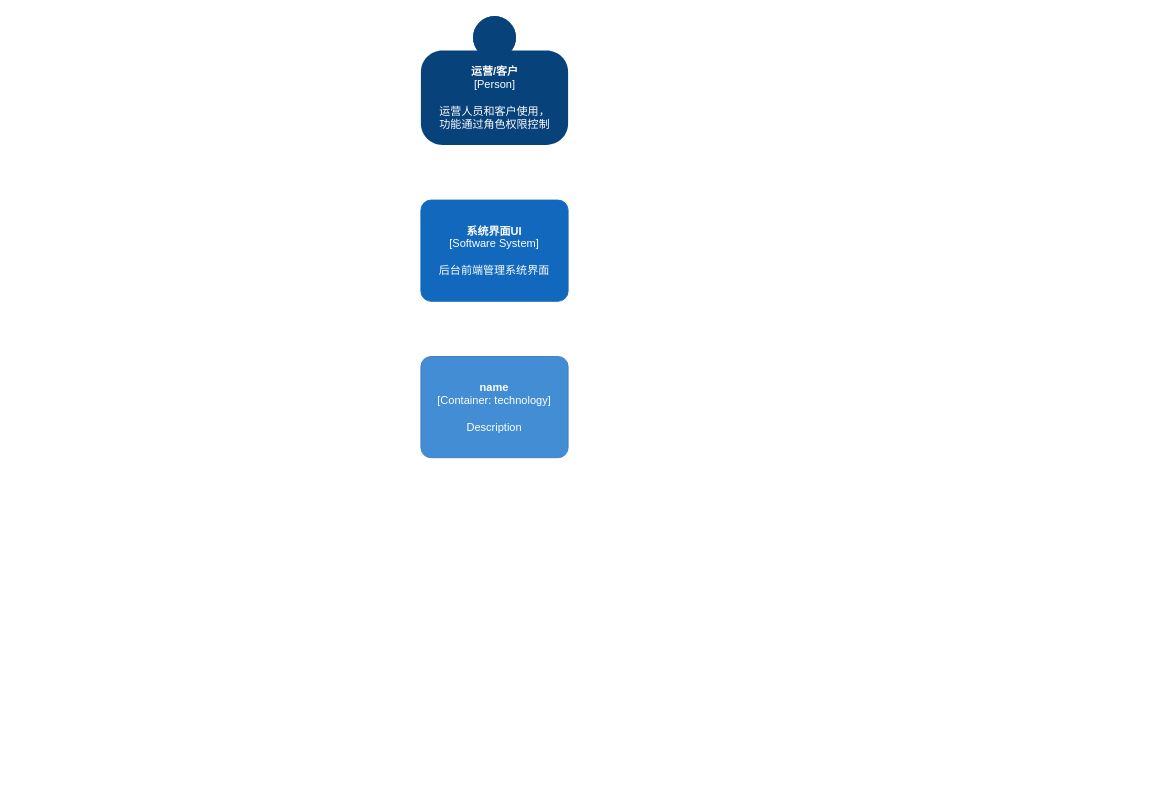
Before: Untitled Diagram.drawio in foutouren/glsx-drawio, a draw.io diagram. Source tidied: cells renumbered, new cells numbered last; positions are measured from the earlier drawing's top-left corner, leaving out a move shared by most shapes. Both pictures are drawn from the tidied source at 92%, with x=0, y=0 at pixel (420, 16).
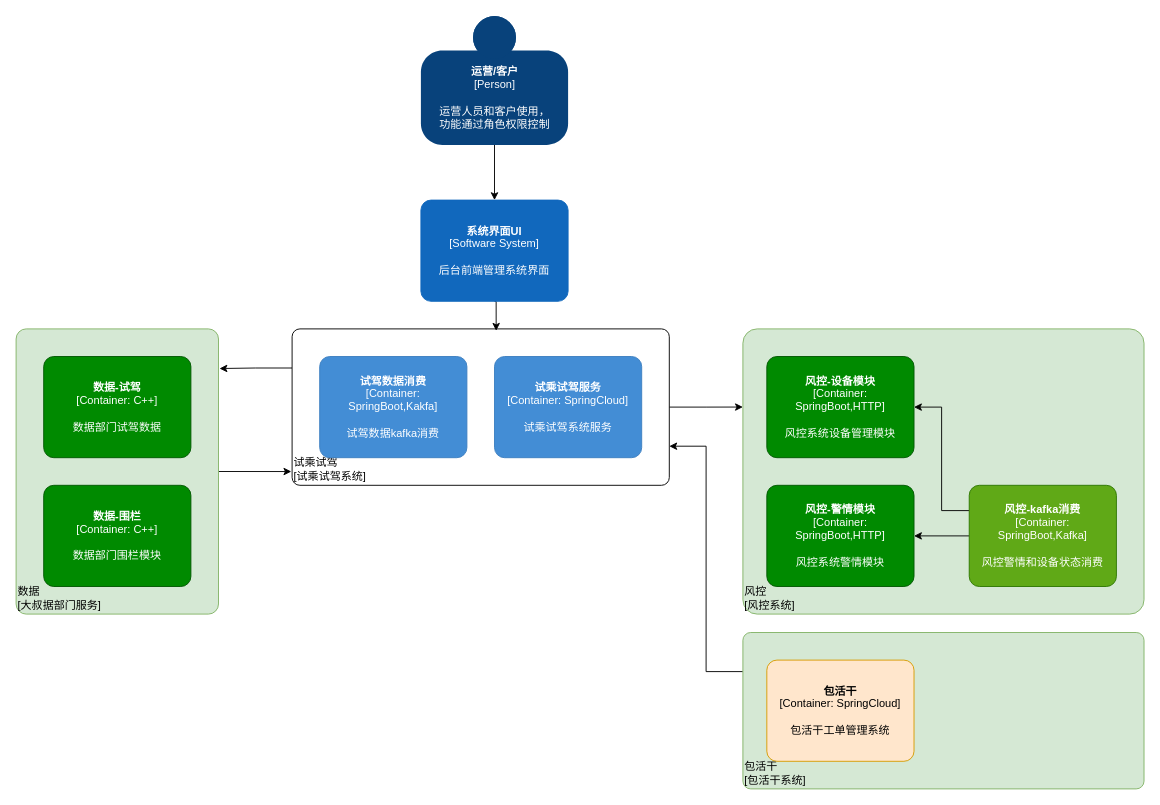
Above is the later version.

Unchanged cells that the change refers to:
```xml
<object id="2" label="&lt;b&gt;%c4Name%&lt;/b&gt;&lt;div&gt;[%c4Type%]&lt;/div&gt;&lt;br&gt;&lt;div&gt;%c4Description%&lt;/div&gt;" c4Description="运营人员和客户使用，&#10;功能通过角色权限控制" c4Name="运营/客户" c4Type="Person" placeholders="1">
  <mxCell style="html=1;dashed=0;whitespace=wrap;fillColor=#08427b;strokeColor=none;fontColor=#ffffff;shape=mxgraph.c4.person;align=center;points=[[0.5,0,0],[1,0.5,0],[1,0.75,0],[0.75,1,0],[0.5,1,0],[0.25,1,0],[0,0.75,0],[0,0.5,0]];metaData={&quot;c4Type&quot;:{&quot;editable&quot;:false}};" parent="1" vertex="1">
    <mxGeometry width="160" height="140" as="geometry" />
  </mxCell>
</object>
<object id="3" label="&lt;b&gt;%c4Name%&lt;/b&gt;&lt;div&gt;[%c4Type%]&lt;/div&gt;&lt;br&gt;&lt;div&gt;%c4Description%&lt;/div&gt;" c4Description="后台前端管理系统界面" c4Name="系统界面UI" c4Type="Software System" placeholders="1">
  <mxCell style="rounded=1;whiteSpace=wrap;html=1;labelBackgroundColor=none;fillColor=#1168BD;fontColor=#ffffff;align=center;arcSize=10;strokeColor=#1168BD;metaData={&quot;c4Type&quot;:{&quot;editable&quot;:false}};points=[[0.25,0,0],[0.5,0,0],[0.75,0,0],[1,0.25,0],[1,0.5,0],[1,0.75,0],[0.75,1,0],[0.5,1,0],[0.25,1,0],[0,0.75,0],[0,0.5,0],[0,0.25,0]];" parent="1" vertex="1">
    <mxGeometry y="200" width="160" height="110" as="geometry" />
  </mxCell>
</object>
```

Diff of the diagram source:
```diff
@@
+    <mxCell id="5" style="edgeStyle=orthogonalEdgeStyle;rounded=0;jettySize=auto;html=1;exitX=0;exitY=0.25;exitDx=0;exitDy=0;exitPerimeter=0;entryX=1.005;entryY=0.139;entryDx=0;entryDy=0;entryPerimeter=0;" parent="1" edge="1" source="7" target="9">
+      <mxGeometry relative="1" as="geometry" />
+    </mxCell>
+    <mxCell id="6" style="edgeStyle=orthogonalEdgeStyle;rounded=0;jettySize=auto;html=1;exitX=1;exitY=0.5;exitDx=0;exitDy=0;exitPerimeter=0;entryX=0;entryY=0.274;entryDx=0;entryDy=0;entryPerimeter=0;" parent="1" edge="1" source="7" target="12">
+      <mxGeometry relative="1" as="geometry" />
+    </mxCell>
+    <object id="7" label="&lt;div style=&quot;text-align: left&quot;&gt;%c4Name%&lt;/div&gt;&lt;div style=&quot;text-align: left&quot;&gt;[%c4Application%]&lt;/div&gt;" c4Application="试乘试驾系统" c4Name="试乘试驾" placeholders="1">
+      <mxCell style="rounded=1;whiteSpace=wrap;html=1;labelBackgroundColor=none;fillColor=#ffffff;fontColor=#000000;align=left;arcSize=5;strokeColor=#000000;verticalAlign=bottom;metaData={&quot;c4Type&quot;:{&quot;editable&quot;:false}};points=[[0.25,0,0],[0.5,0,0],[0.75,0,0],[1,0.25,0],[1,0.5,0],[1,0.75,0],[0.75,1,0],[0.5,1,0],[0.25,1,0],[0,0.75,0],[0,0.5,0],[0,0.25,0]];" parent="1" vertex="1">
+        <mxGeometry x="-140" y="340" width="410" height="170" as="geometry" />
+      </mxCell>
+    </object>
+    <mxCell id="8" style="edgeStyle=orthogonalEdgeStyle;rounded=0;jettySize=auto;html=1;exitX=1;exitY=0.5;exitDx=0;exitDy=0;exitPerimeter=0;entryX=-0.002;entryY=0.912;entryDx=0;entryDy=0;entryPerimeter=0;" parent="1" edge="1" source="9" target="7">
+      <mxGeometry relative="1" as="geometry" />
+    </mxCell>
+    <object id="9" label="&lt;div style=&quot;text-align: left&quot;&gt;%c4Name%&lt;/div&gt;&lt;div style=&quot;text-align: left&quot;&gt;[%c4Application%]&lt;/div&gt;" c4Application="大叔据部门服务" c4Name="数据" placeholders="1">
+      <mxCell style="rounded=1;whiteSpace=wrap;html=1;labelBackgroundColor=none;fillColor=#d5e8d4;align=left;arcSize=5;strokeColor=#82b366;verticalAlign=bottom;metaData={&quot;c4Type&quot;:{&quot;editable&quot;:false}};points=[[0.25,0,0],[0.5,0,0],[0.75,0,0],[1,0.25,0],[1,0.5,0],[1,0.75,0],[0.75,1,0],[0.5,1,0],[0.25,1,0],[0,0.75,0],[0,0.5,0],[0,0.25,0]];" parent="1" vertex="1">
+        <mxGeometry x="-440" y="340" width="220" height="310" as="geometry" />
+      </mxCell>
+    </object>
+    <mxCell id="10" style="edgeStyle=orthogonalEdgeStyle;rounded=0;jettySize=auto;html=1;exitX=0;exitY=0.25;exitDx=0;exitDy=0;exitPerimeter=0;entryX=1;entryY=0.75;entryDx=0;entryDy=0;entryPerimeter=0;" parent="1" edge="1" source="11" target="7">
+      <mxGeometry relative="1" as="geometry" />
+    </mxCell>
+    <object id="11" label="&lt;div style=&quot;text-align: left&quot;&gt;%c4Name%&lt;/div&gt;&lt;div style=&quot;text-align: left&quot;&gt;[%c4Application%]&lt;/div&gt;" c4Application="包活干系统" c4Name="包活干" placeholders="1">
+      <mxCell style="rounded=1;whiteSpace=wrap;html=1;labelBackgroundColor=none;fillColor=#d5e8d4;align=left;arcSize=5;strokeColor=#82b366;verticalAlign=bottom;metaData={&quot;c4Type&quot;:{&quot;editable&quot;:false}};points=[[0.25,0,0],[0.5,0,0],[0.75,0,0],[1,0.25,0],[1,0.5,0],[1,0.75,0],[0.75,1,0],[0.5,1,0],[0.25,1,0],[0,0.75,0],[0,0.5,0],[0,0.25,0]];" parent="1" vertex="1">
+        <mxGeometry x="350" y="670" width="436" height="170" as="geometry" />
+      </mxCell>
+    </object>
+    <object id="12" label="&lt;div style=&quot;text-align: left&quot;&gt;%c4Name%&lt;/div&gt;&lt;div style=&quot;text-align: left&quot;&gt;[%c4Application%]&lt;/div&gt;" c4Application="风控系统" c4Name="风控" placeholders="1">
+      <mxCell style="rounded=1;whiteSpace=wrap;html=1;labelBackgroundColor=none;fillColor=#d5e8d4;align=left;arcSize=5;strokeColor=#82b366;verticalAlign=bottom;metaData={&quot;c4Type&quot;:{&quot;editable&quot;:false}};points=[[0.25,0,0],[0.5,0,0],[0.75,0,0],[1,0.25,0],[1,0.5,0],[1,0.75,0],[0.75,1,0],[0.5,1,0],[0.25,1,0],[0,0.75,0],[0,0.5,0],[0,0.25,0]];" parent="1" vertex="1">
+        <mxGeometry x="350" y="340" width="436" height="310" as="geometry" />
+      </mxCell>
+    </object>
+    <mxCell id="13" style="edgeStyle=orthogonalEdgeStyle;rounded=0;jettySize=auto;html=1;exitX=0.5;exitY=1;exitDx=0;exitDy=0;exitPerimeter=0;" parent="1" edge="1" source="2" target="3">
+      <mxGeometry relative="1" as="geometry" />
+    </mxCell>
@@
+    <mxCell id="14" style="edgeStyle=orthogonalEdgeStyle;rounded=0;jettySize=auto;html=1;exitX=0.5;exitY=1;exitDx=0;exitDy=0;exitPerimeter=0;entryX=0.541;entryY=0.012;entryDx=0;entryDy=0;entryPerimeter=0;" parent="1" edge="1" source="3" target="7">
+      <mxGeometry relative="1" as="geometry" />
+    </mxCell>
@@
-    <object id="4" label="&lt;b&gt;%c4Name%&lt;/b&gt;&lt;div&gt;[%c4Type%: %c4Technology%]&lt;/div&gt;&lt;br&gt;&lt;div&gt;%c4Description%&lt;/div&gt;" c4Description="Description" c4Name="name" c4Technology="technology" c4Type="Container" placeholders="1">
+    <object id="4" label="&lt;b&gt;%c4Name%&lt;/b&gt;&lt;div&gt;[%c4Type%: %c4Technology%]&lt;/div&gt;&lt;br&gt;&lt;div&gt;%c4Description%&lt;/div&gt;" c4Description="试乘试驾系统服务" c4Name="试乘试驾服务" c4Technology="SpringCloud" c4Type="Container" placeholders="1">
       <mxCell style="rounded=1;whiteSpace=wrap;html=1;labelBackgroundColor=none;fillColor=#438DD5;fontColor=#ffffff;align=center;arcSize=10;strokeColor=#3C7FC0;metaData={&quot;c4Type&quot;:{&quot;editable&quot;:false}};" parent="1" vertex="1">
-        <mxGeometry y="370" width="160" height="110" as="geometry" />
+        <mxGeometry x="80" y="370" width="160" height="110" as="geometry" />
       </mxCell>
     </object>
+    <mxCell id="15" style="edgeStyle=orthogonalEdgeStyle;rounded=0;jettySize=auto;html=1;exitX=0;exitY=0.5;exitDx=0;exitDy=0;exitPerimeter=0;entryX=1;entryY=0.5;entryDx=0;entryDy=0;entryPerimeter=0;" parent="1" edge="1" source="17" target="18">
+      <mxGeometry relative="1" as="geometry" />
+    </mxCell>
+    <mxCell id="16" style="edgeStyle=orthogonalEdgeStyle;rounded=0;jettySize=auto;html=1;exitX=0;exitY=0.25;exitDx=0;exitDy=0;exitPerimeter=0;entryX=1;entryY=0.5;entryDx=0;entryDy=0;entryPerimeter=0;" parent="1" edge="1" source="17" target="20">
+      <mxGeometry relative="1" as="geometry" />
+    </mxCell>
+    <object id="17" label="&lt;b&gt;%c4Name%&lt;/b&gt;&lt;div&gt;[%c4Type%: %c4Technology%]&lt;/div&gt;&lt;br&gt;&lt;div&gt;%c4Description%&lt;/div&gt;" c4Description="风控警情和设备状态消费" c4Name="风控-kafka消费" c4Technology="SpringBoot,Kafka" c4Type="Container" placeholders="1">
+      <mxCell style="rounded=1;whiteSpace=wrap;html=1;labelBackgroundColor=none;fillColor=#60a917;align=center;arcSize=10;strokeColor=#2D7600;metaData={&quot;c4Type&quot;:{&quot;editable&quot;:false}};points=[[0.25,0,0],[0.5,0,0],[0.75,0,0],[1,0.25,0],[1,0.5,0],[1,0.75,0],[0.75,1,0],[0.5,1,0],[0.25,1,0],[0,0.75,0],[0,0.5,0],[0,0.25,0]];fontColor=#ffffff;" parent="1" vertex="1">
+        <mxGeometry x="596" y="510" width="160" height="110" as="geometry" />
+      </mxCell>
+    </object>
+    <object id="18" label="&lt;b&gt;%c4Name%&lt;/b&gt;&lt;div&gt;[%c4Type%: %c4Technology%]&lt;/div&gt;&lt;br&gt;&lt;div&gt;%c4Description%&lt;/div&gt;" c4Description="风控系统警情模块" c4Name="风控-警情模块" c4Technology="SpringBoot,HTTP" c4Type="Container" placeholders="1">
+      <mxCell style="rounded=1;whiteSpace=wrap;html=1;labelBackgroundColor=none;fillColor=#008a00;fontColor=#ffffff;align=center;arcSize=10;strokeColor=#005700;metaData={&quot;c4Type&quot;:{&quot;editable&quot;:false}};points=[[0.25,0,0],[0.5,0,0],[0.75,0,0],[1,0.25,0],[1,0.5,0],[1,0.75,0],[0.75,1,0],[0.5,1,0],[0.25,1,0],[0,0.75,0],[0,0.5,0],[0,0.25,0]];" parent="1" vertex="1">
+        <mxGeometry x="376" y="510" width="160" height="110" as="geometry" />
+      </mxCell>
+    </object>
+    <object id="19" label="&lt;b&gt;%c4Name%&lt;/b&gt;&lt;div&gt;[%c4Type%: %c4Technology%]&lt;/div&gt;&lt;br&gt;&lt;div&gt;%c4Description%&lt;/div&gt;" c4Description="包活干工单管理系统" c4Name="包活干" c4Technology="SpringCloud" c4Type="Container" placeholders="1">
+      <mxCell style="rounded=1;whiteSpace=wrap;html=1;labelBackgroundColor=none;fillColor=#ffe6cc;align=center;arcSize=10;strokeColor=#d79b00;metaData={&quot;c4Type&quot;:{&quot;editable&quot;:false}};" parent="1" vertex="1">
+        <mxGeometry x="376" y="700" width="160" height="110" as="geometry" />
+      </mxCell>
+    </object>
+    <object id="20" label="&lt;b&gt;%c4Name%&lt;/b&gt;&lt;div&gt;[%c4Type%: %c4Technology%]&lt;/div&gt;&lt;br&gt;&lt;div&gt;%c4Description%&lt;/div&gt;" c4Description="风控系统设备管理模块" c4Name="风控-设备模块" c4Technology="SpringBoot,HTTP" c4Type="Container" placeholders="1">
+      <mxCell style="rounded=1;whiteSpace=wrap;html=1;labelBackgroundColor=none;fillColor=#008a00;align=center;arcSize=10;strokeColor=#005700;metaData={&quot;c4Type&quot;:{&quot;editable&quot;:false}};points=[[0.25,0,0],[0.5,0,0],[0.75,0,0],[1,0.25,0],[1,0.5,0],[1,0.75,0],[0.75,1,0],[0.5,1,0],[0.25,1,0],[0,0.75,0],[0,0.5,0],[0,0.25,0]];fontColor=#ffffff;" parent="1" vertex="1">
+        <mxGeometry x="376" y="370" width="160" height="110" as="geometry" />
+      </mxCell>
+    </object>
+    <object id="21" label="&lt;b&gt;%c4Name%&lt;/b&gt;&lt;div&gt;[%c4Type%: %c4Technology%]&lt;/div&gt;&lt;br&gt;&lt;div&gt;%c4Description%&lt;/div&gt;" c4Description="数据部门围栏模块" c4Name="数据-围栏" c4Technology="C++" c4Type="Container" placeholders="1">
+      <mxCell style="rounded=1;whiteSpace=wrap;html=1;labelBackgroundColor=none;fillColor=#008a00;fontColor=#ffffff;align=center;arcSize=10;strokeColor=#005700;metaData={&quot;c4Type&quot;:{&quot;editable&quot;:false}};" parent="1" vertex="1">
+        <mxGeometry x="-410" y="510" width="160" height="110" as="geometry" />
+      </mxCell>
+    </object>
+    <object id="22" label="&lt;b&gt;%c4Name%&lt;/b&gt;&lt;div&gt;[%c4Type%: %c4Technology%]&lt;/div&gt;&lt;br&gt;&lt;div&gt;%c4Description%&lt;/div&gt;" c4Description="数据部门试驾数据" c4Name="数据-试驾" c4Technology="C++" c4Type="Container" placeholders="1">
+      <mxCell style="rounded=1;whiteSpace=wrap;html=1;labelBackgroundColor=none;fillColor=#008a00;fontColor=#ffffff;align=center;arcSize=10;strokeColor=#005700;metaData={&quot;c4Type&quot;:{&quot;editable&quot;:false}};" parent="1" vertex="1">
+        <mxGeometry x="-410" y="370" width="160" height="110" as="geometry" />
+      </mxCell>
+    </object>
+    <object id="23" label="&lt;b&gt;%c4Name%&lt;/b&gt;&lt;div&gt;[%c4Type%: %c4Technology%]&lt;/div&gt;&lt;br&gt;&lt;div&gt;%c4Description%&lt;/div&gt;" c4Description="试驾数据kafka消费" c4Name="试驾数据消费" c4Technology="SpringBoot,Kakfa" c4Type="Container" placeholders="1">
+      <mxCell style="rounded=1;whiteSpace=wrap;html=1;labelBackgroundColor=none;fillColor=#438DD5;fontColor=#ffffff;align=center;arcSize=10;strokeColor=#3C7FC0;metaData={&quot;c4Type&quot;:{&quot;editable&quot;:false}};" parent="1" vertex="1">
+        <mxGeometry x="-110" y="370" width="160" height="110" as="geometry" />
+      </mxCell>
+    </object>
```
